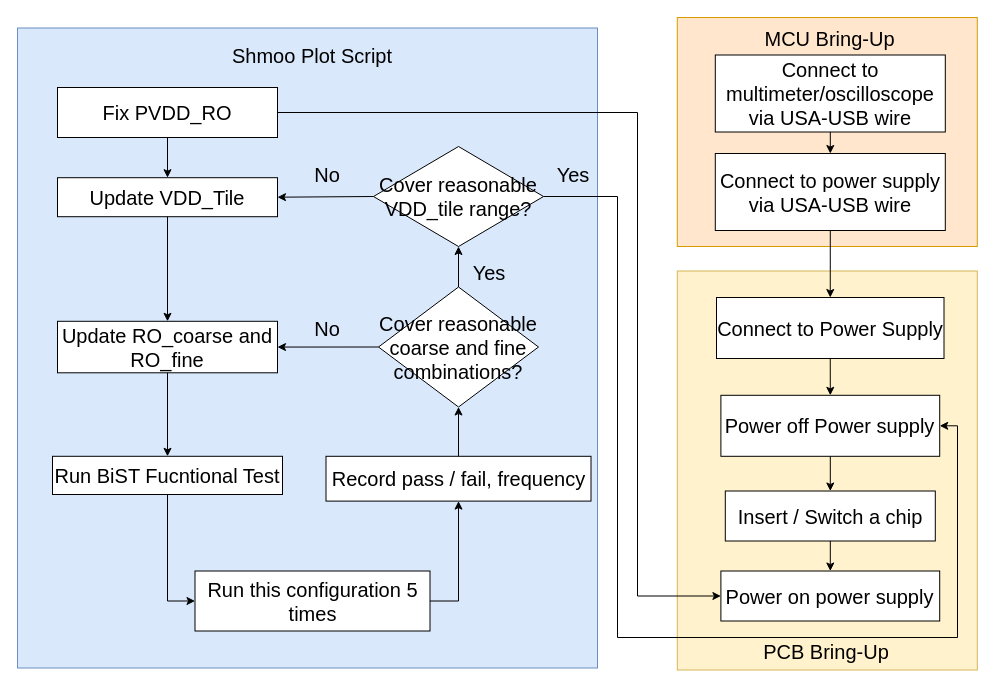
1102131860/Validation_Chip_Characteristics keeps this draw.io diagram as page "voltage_frequency_framework" (3 of 3) of lecture/images/presentation_diagrams.drawio. Above is the earlier version. Source tidied: cells renumbered, new cells numbered last; positions are measured from the earlier drawing's top-left corner, leaving out a move shared by most shapes. Both pictures are drawn from the tidied source at 100%, with x=0, y=0 at pixel (17, 17).
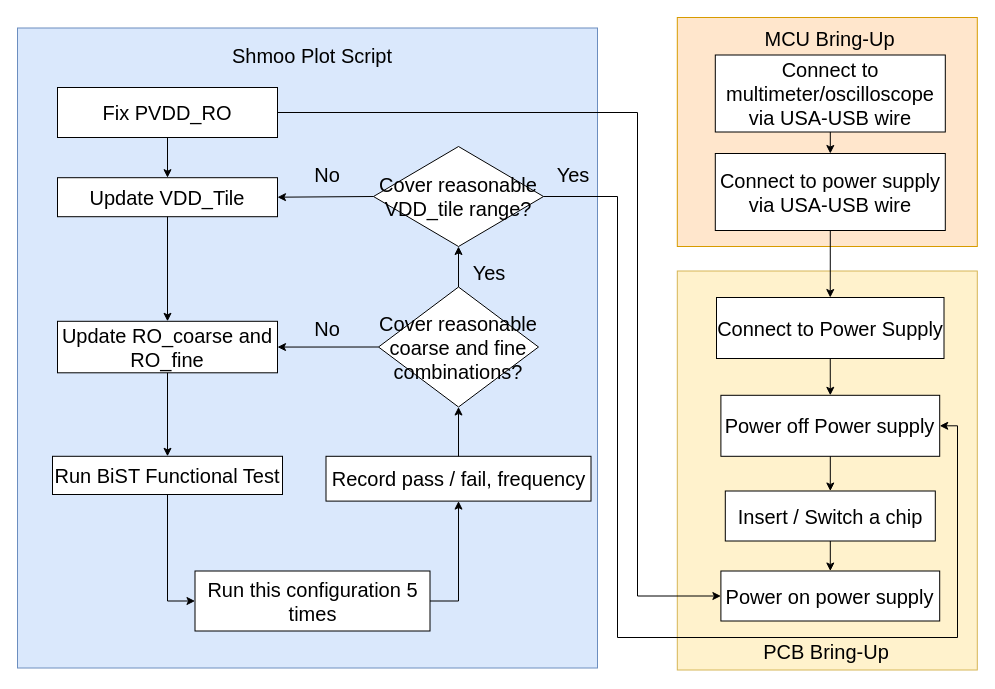
The same page after the edit.

The edit, as a diff of the source:
```diff
@@
-    <mxCell id="4" value="&lt;font style=&quot;font-size: 20px;&quot;&gt;Run BiST Fucntional Test&lt;/font&gt;" style="rounded=0;whiteSpace=wrap;html=1;" parent="1" vertex="1">
+    <mxCell id="4" value="&lt;font style=&quot;font-size: 20px;&quot;&gt;Run BiST Functional Test&lt;/font&gt;" style="rounded=0;whiteSpace=wrap;html=1;" parent="1" vertex="1">
       <mxGeometry x="35" y="438.8" width="230" height="38.2" as="geometry" />
     </mxCell>
```
